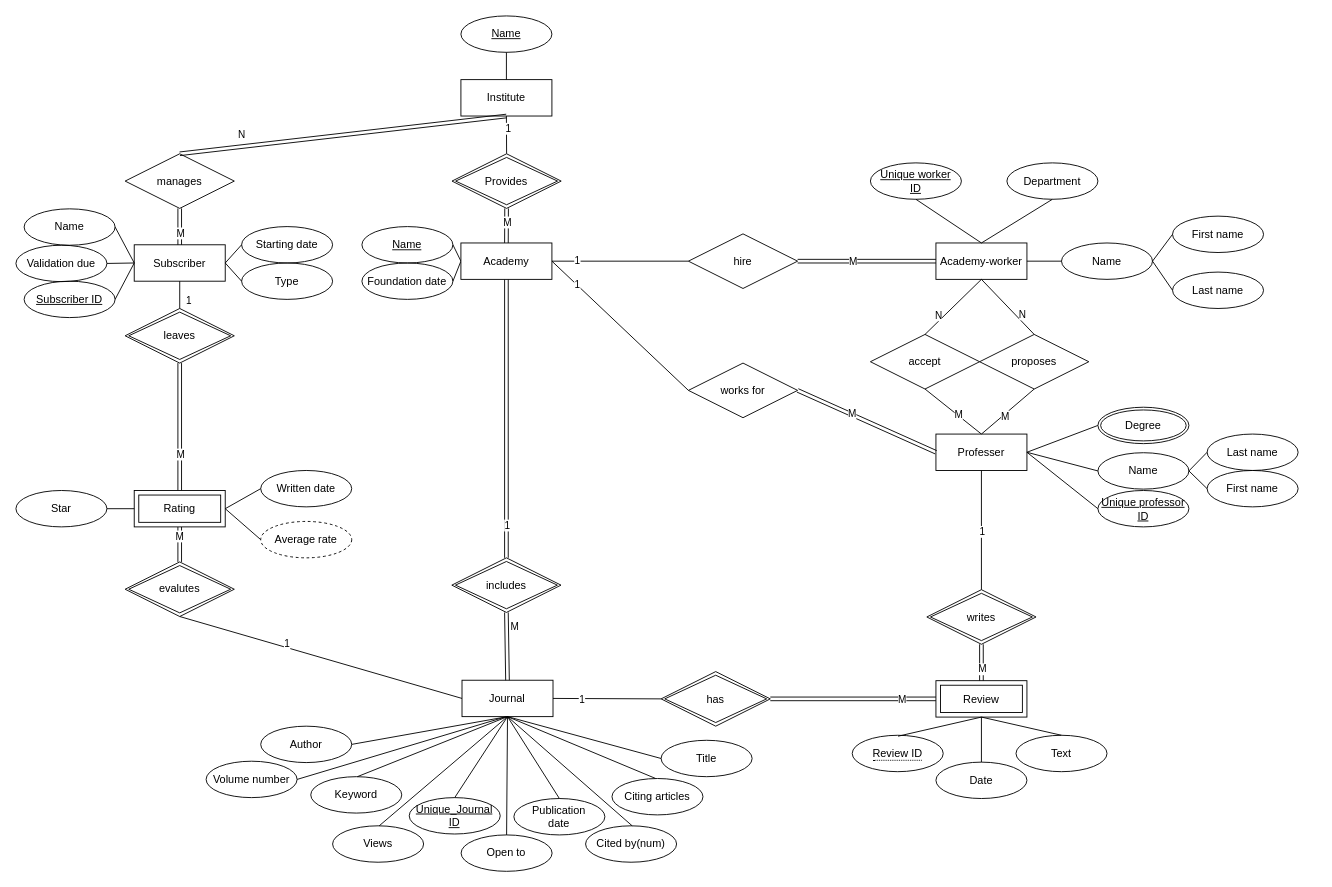
waroad/Problem-Solving keeps this draw.io diagram as 학교과제/seo.drawio. Above is the earlier version. Source tidied: cells renumbered, new cells numbered last; positions are measured from the earlier drawing's top-left corner, leaving out a move shared by most shapes. Both pictures are drawn from the tidied source at 91%, with x=0, y=0 at pixel (15, 15).
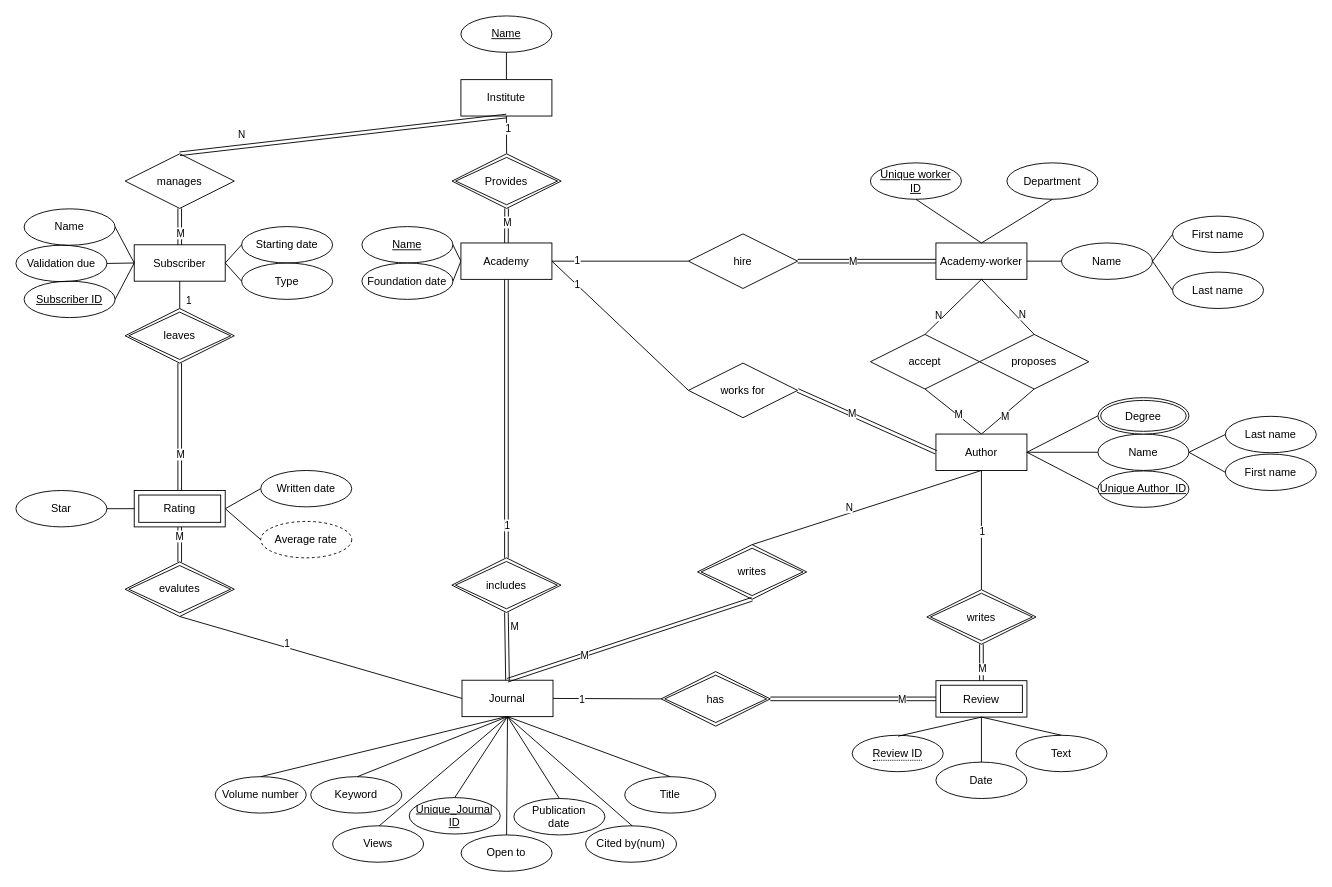
After the change.

Unchanged cells that the change refers to:
```xml
<mxCell id="2" value="Journal" style="whiteSpace=wrap;html=1;align=center;direction=west;" parent="1" vertex="1">
  <mxGeometry x="490.2" y="730" width="100" height="40" as="geometry" />
</mxCell>
```

Diff of the diagram source:
```diff
@@
-    <mxCell id="11" value="Citing articles" style="ellipse;whiteSpace=wrap;html=1;align=center;fillColor=none;gradientColor=default;direction=west;" parent="1" vertex="1">
-      <mxGeometry x="655" y="838" width="100" height="40" as="geometry" />
-    </mxCell>
@@
-    <mxCell id="48" style="endArrow=none;html=1;rounded=0;exitX=0.5;exitY=0;exitDx=0;exitDy=0;entryX=0.534;entryY=1.002;entryDx=0;entryDy=0;entryPerimeter=0;" parent="1" edge="1" source="2">
-      <mxGeometry relative="1" as="geometry">
-        <mxPoint x="702.8" y="837.9" as="targetPoint" />
-      </mxGeometry>
-    </mxCell>
@@
-    <mxCell id="98" value="Professer" style="whiteSpace=wrap;html=1;align=center;direction=west;" parent="1" vertex="1">
+    <mxCell id="98" value="Author" style="whiteSpace=wrap;html=1;align=center;direction=west;" parent="1" vertex="1">
       <mxGeometry x="1011" y="459.5" width="100" height="40" as="geometry" />
     </mxCell>
-    <mxCell id="99" value="Unique professor&lt;br&gt;ID" style="ellipse;whiteSpace=wrap;html=1;align=center;fontStyle=4;fillColor=none;gradientColor=default;strokeColor=default;direction=west;" parent="1" vertex="1">
-      <mxGeometry x="1189" y="521.5" width="100" height="40" as="geometry" />
+    <mxCell id="99" value="Unique Author_ID" style="ellipse;whiteSpace=wrap;html=1;align=center;fontStyle=4;fillColor=none;gradientColor=default;strokeColor=default;direction=west;" parent="1" vertex="1">
+      <mxGeometry x="1189" y="500" width="100" height="40" as="geometry" />
     </mxCell>
     <mxCell id="100" value="Last name" style="ellipse;whiteSpace=wrap;html=1;align=center;fillColor=none;gradientColor=default;direction=west;" parent="1" vertex="1">
-      <mxGeometry x="1309" y="459.5" width="100" height="40" as="geometry" />
+      <mxGeometry x="1329" y="440" width="100" height="40" as="geometry" />
     </mxCell>
     <mxCell id="101" value="Name" style="ellipse;whiteSpace=wrap;html=1;align=center;fillColor=none;gradientColor=default;direction=west;" parent="1" vertex="1">
-      <mxGeometry x="1189" y="480" width="100" height="40" as="geometry" />
+      <mxGeometry x="1189" y="459.5" width="100" height="40" as="geometry" />
     </mxCell>
@@
     <mxCell id="104" value="First name" style="ellipse;whiteSpace=wrap;html=1;align=center;fillColor=none;gradientColor=default;direction=west;" parent="1" vertex="1">
-      <mxGeometry x="1309" y="499.5" width="100" height="40" as="geometry" />
+      <mxGeometry x="1329" y="481.5" width="100" height="40" as="geometry" />
     </mxCell>
@@
     <mxCell id="110" value="Degree" style="ellipse;shape=doubleEllipse;margin=3;whiteSpace=wrap;html=1;align=center;" parent="1" vertex="1">
-      <mxGeometry x="1189" y="430" width="100" height="40" as="geometry" />
+      <mxGeometry x="1189" y="419.5" width="100" height="40" as="geometry" />
     </mxCell>
     <mxCell id="111" value="Volume number" style="ellipse;whiteSpace=wrap;html=1;align=center;fillColor=none;gradientColor=default;direction=west;" parent="1" vertex="1">
-      <mxGeometry x="209" y="819" width="100" height="40" as="geometry" />
+      <mxGeometry x="219" y="836" width="100" height="40" as="geometry" />
     </mxCell>
-    <mxCell id="112" style="endArrow=none;html=1;rounded=0;entryX=0;entryY=0.5;entryDx=0;entryDy=0;" parent="1" edge="1" target="111">
+    <mxCell id="112" style="endArrow=none;html=1;rounded=0;entryX=0.5;entryY=1;entryDx=0;entryDy=0;" parent="1" edge="1" target="111">
       <mxGeometry relative="1" as="geometry">
         <mxPoint x="539" y="770" as="sourcePoint" />
       </mxGeometry>
     </mxCell>
@@
     <mxCell id="123" value="Title" style="ellipse;whiteSpace=wrap;html=1;align=center;fillColor=none;gradientColor=default;direction=west;" parent="1" vertex="1">
-      <mxGeometry x="709" y="796" width="100" height="40" as="geometry" />
+      <mxGeometry x="669" y="836" width="100" height="40" as="geometry" />
     </mxCell>
-    <mxCell id="124" style="endArrow=none;html=1;rounded=0;entryX=0.5;entryY=0;entryDx=0;entryDy=0;exitX=1;exitY=0.5;exitDx=0;exitDy=0;" parent="1" edge="1" source="123" target="2">
+    <mxCell id="124" style="endArrow=none;html=1;rounded=0;entryX=0.5;entryY=0;entryDx=0;entryDy=0;exitX=0.5;exitY=1;exitDx=0;exitDy=0;" parent="1" edge="1" source="123" target="2">
       <mxGeometry relative="1" as="geometry" />
     </mxCell>
@@
-    <mxCell id="131" value="Author" style="ellipse;whiteSpace=wrap;html=1;align=center;fillColor=none;gradientColor=default;direction=west;" parent="1" vertex="1">
-      <mxGeometry x="269" y="780.5" width="100" height="40" as="geometry" />
-    </mxCell>
-    <mxCell id="132" style="endArrow=none;html=1;rounded=0;entryX=0;entryY=0.5;entryDx=0;entryDy=0;exitX=0.5;exitY=0;exitDx=0;exitDy=0;" parent="1" edge="1" source="2" target="131">
-      <mxGeometry relative="1" as="geometry" />
-    </mxCell>
+    <mxCell id="133" value="writes" style="shape=rhombus;double=1;perimeter=rhombusPerimeter;whiteSpace=wrap;html=1;align=center;direction=west;" parent="1" vertex="1">
+      <mxGeometry x="749" y="581" width="120" height="60" as="geometry" />
+    </mxCell>
+    <mxCell id="134" style="shape=link;html=1;rounded=0;entryX=0.5;entryY=1;entryDx=0;entryDy=0;exitX=0.5;exitY=0;exitDx=0;exitDy=0;" parent="1" edge="1" source="133" target="2">
+      <mxGeometry relative="1" as="geometry" />
+    </mxCell>
+    <mxCell id="135" value="M" style="edgeLabel;html=1;align=center;verticalAlign=middle;" parent="134" vertex="1">
+      <mxGeometry x="0.37" y="1" relative="1" as="geometry">
+        <mxPoint x="-1" as="offset" />
+      </mxGeometry>
+    </mxCell>
+    <mxCell id="136" style="endArrow=none;html=1;rounded=0;exitX=0.5;exitY=0;exitDx=0;exitDy=0;entryX=0.5;entryY=1;entryDx=0;entryDy=0;" parent="1" edge="1" source="98" target="133">
+      <mxGeometry relative="1" as="geometry" />
+    </mxCell>
+    <mxCell id="137" value="N" style="edgeLabel;html=1;align=center;verticalAlign=middle;" parent="136" vertex="1">
+      <mxGeometry x="0.15" y="1" relative="1" as="geometry">
+        <mxPoint x="-1" y="-8" as="offset" />
+      </mxGeometry>
+    </mxCell>
```
